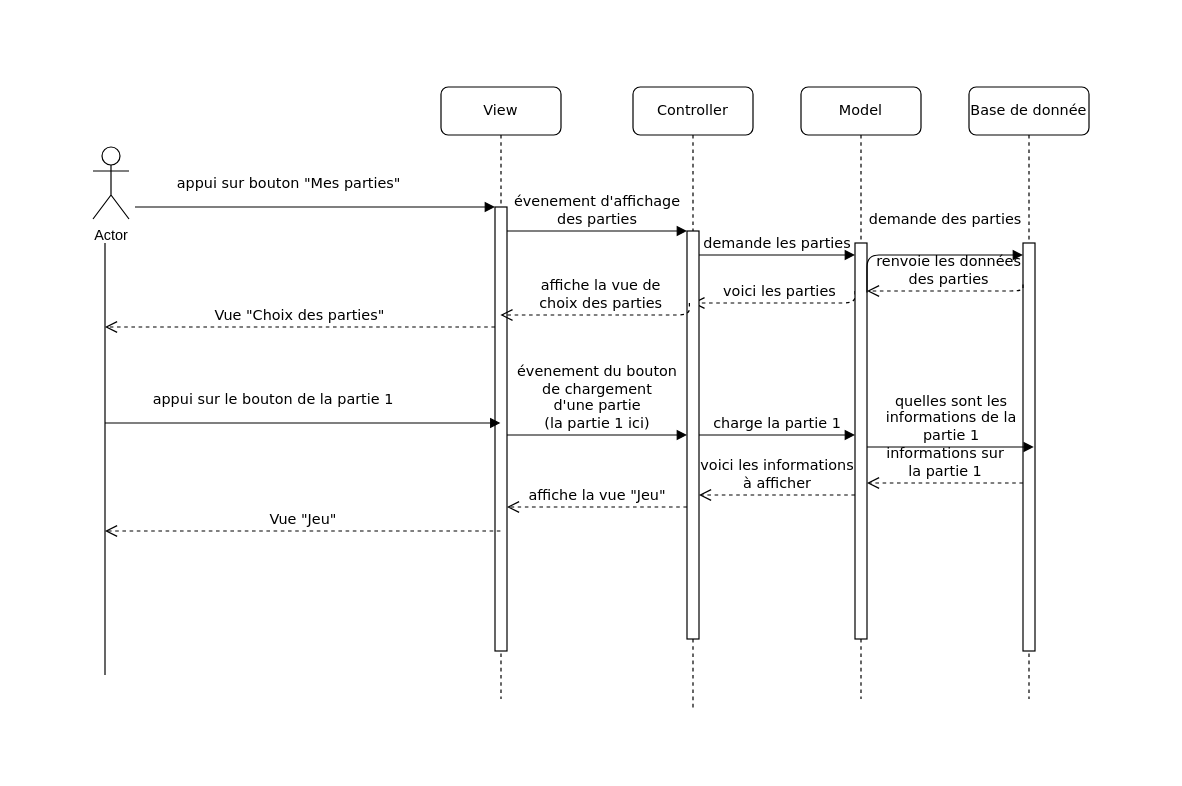
Before: documents/chargement_partie.drawio in Lunki51/tamagotchi, a draw.io diagram. Source tidied: cells renumbered, new cells numbered last; positions are measured from the earlier drawing's top-left corner, leaving out a move shared by most shapes. Both pictures are drawn from the tidied source at 120%, with x=0, y=0 at pixel (92, 86).
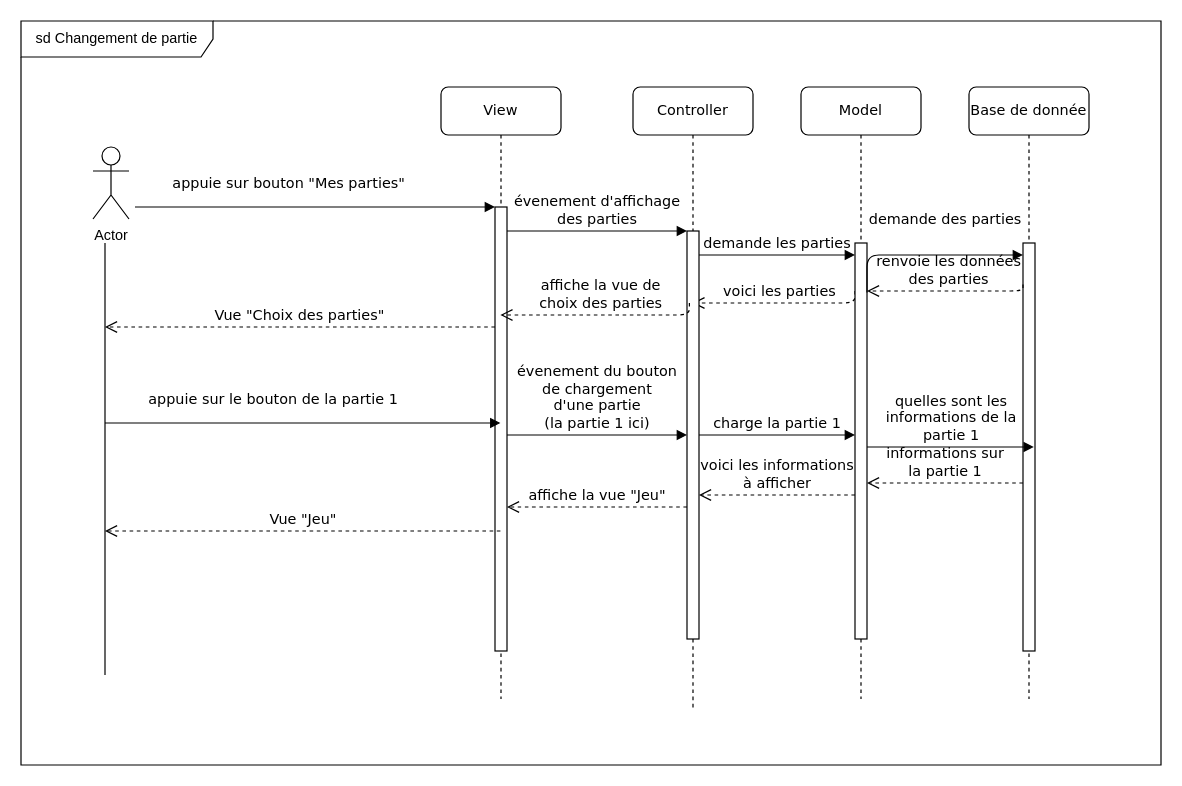
The same page after the edit.

Unchanged cells that the change refers to:
```xml
<mxCell id="2" value="View" style="shape=umlLifeline;perimeter=lifelinePerimeter;whiteSpace=wrap;html=1;outlineConnect=0;rounded=1;shadow=0;comic=0;labelBackgroundColor=none;strokeWidth=1;fontFamily=Verdana;fontSize=12;align=center;" parent="1" vertex="1">
  <mxGeometry x="290" width="100" height="510" as="geometry" />
</mxCell>
<mxCell id="3" style="html=1;points=[];perimeter=orthogonalPerimeter;rounded=0;shadow=0;comic=0;labelBackgroundColor=none;strokeWidth=1;fontFamily=Verdana;fontSize=12;align=center;" parent="2" vertex="1">
  <mxGeometry x="45" y="100" width="10" height="370" as="geometry" />
</mxCell>
```

Change to the diagram source:
```diff
@@
-    <mxCell id="12" value="appui sur bouton &quot;Mes parties&quot;" style="html=1;verticalAlign=bottom;endArrow=block;entryX=0;entryY=0;labelBackgroundColor=none;fontFamily=Verdana;fontSize=12;edgeStyle=elbowEdgeStyle;elbow=vertical;" parent="1" edge="1" target="3">
+    <mxCell id="12" value="appuie sur bouton &quot;Mes parties&quot;" style="html=1;verticalAlign=bottom;endArrow=block;entryX=0;entryY=0;labelBackgroundColor=none;fontFamily=Verdana;fontSize=12;edgeStyle=elbowEdgeStyle;elbow=vertical;" parent="1" edge="1" target="3">
       <mxGeometry x="-0.15" y="10" relative="1" as="geometry">
         <mxPoint x="35" y="100" as="sourcePoint" />
       </mxGeometry>
     </mxCell>
@@
-    <mxCell id="22" value="appui sur le bouton de la partie 1" style="html=1;verticalAlign=bottom;endArrow=block;labelBackgroundColor=none;fontFamily=Verdana;fontSize=12;edgeStyle=elbowEdgeStyle;elbow=vertical;" parent="1" edge="1" target="2">
+    <mxCell id="22" value="appuie sur le bouton de la partie 1" style="html=1;verticalAlign=bottom;endArrow=block;labelBackgroundColor=none;fontFamily=Verdana;fontSize=12;edgeStyle=elbowEdgeStyle;elbow=vertical;" parent="1" edge="1" target="2">
       <mxGeometry x="-0.15" y="10" relative="1" as="geometry">
         <mxPoint x="10" y="280" as="sourcePoint" />
       </mxGeometry>
     </mxCell>
@@
+    <mxCell id="28" value="sd Changement de partie" style="shape=umlFrame;whiteSpace=wrap;html=1;width=160;height=30;" parent="1" vertex="1">
+      <mxGeometry x="-60" y="-55" width="950" height="620" as="geometry" />
+    </mxCell>
```
